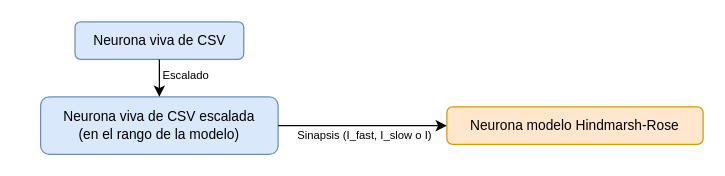
Above: memoria/Workspace/TFG_Marco_Gómez/codigos_figuras/drawio/esquema_neuronas_offline.drawio in MarcoGomezHernandez/TFG (draw.io), before the change. Source tidied: cells renumbered, new cells numbered last; positions are measured from the earlier drawing's top-left corner, leaving out a move shared by most shapes. Both pictures are drawn from the tidied source at 125%, with x=0, y=0 at pixel (40, 21).
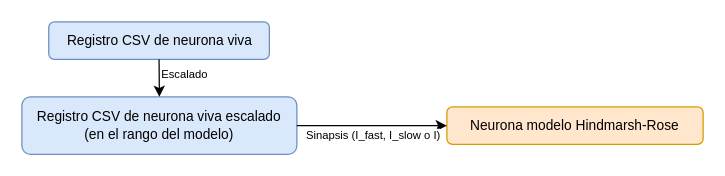
The same diagram, later.

What changed in the source:
```diff
@@
 <mxGraphModel>
   <root>
     <mxCell id="0" />
     <mxCell id="1" parent="0" />
-    <mxCell id="2" value="Neurona viva de CSV escalada&lt;div&gt;(en el rango de la modelo)&lt;/div&gt;" style="rounded=1;whiteSpace=wrap;html=1;fillColor=#dae8fc;strokeColor=#6c8ebf;fontFamily=Helvetica;fontSize=11;" parent="1" vertex="1">
-      <mxGeometry y="60" width="190" height="46" as="geometry" />
+    <mxCell id="2" value="&lt;span style=&quot;color: rgb(0, 0, 0);&quot;&gt;Registro CSV de neurona viva&lt;/span&gt;&amp;nbsp;escalado&lt;div&gt;(en el rango del modelo)&lt;/div&gt;" style="rounded=1;whiteSpace=wrap;html=1;fillColor=#dae8fc;strokeColor=#6c8ebf;fontFamily=Helvetica;fontSize=11;" parent="1" vertex="1">
+      <mxGeometry x="-15" y="60" width="220" height="46" as="geometry" />
     </mxCell>
     <mxCell id="3" value="Neurona modelo Hindmarsh-Rose" style="rounded=1;whiteSpace=wrap;html=1;fillColor=#ffe6cc;strokeColor=#d79b00;fontFamily=Helvetica;fontSize=11;" parent="1" vertex="1">
       <mxGeometry x="325" y="68" width="205" height="30" as="geometry" />
     </mxCell>
     <mxCell id="4" style="endArrow=classic;html=1;rounded=0;exitX=1;exitY=0.5;exitDx=0;exitDy=0;entryX=0;entryY=0.5;entryDx=0;entryDy=0;fontFamily=Helvetica;" parent="1" edge="1" source="2" target="3">
       <mxGeometry relative="1" as="geometry" />
     </mxCell>
     <mxCell id="5" value="Sinapsis (I_fast, I_slow o I)" style="edgeLabel;html=1;align=center;verticalAlign=middle;fontFamily=Helvetica;fontSize=9;" parent="4" vertex="1">
       <mxGeometry relative="1" as="geometry">
         <mxPoint y="7" as="offset" />
       </mxGeometry>
     </mxCell>
-    <mxCell id="6" value="Neurona viva de CSV" style="rounded=1;whiteSpace=wrap;html=1;fillColor=#dae8fc;strokeColor=#6c8ebf;fontFamily=Helvetica;fontSize=11;" parent="1" vertex="1">
-      <mxGeometry x="27.5" width="135" height="30" as="geometry" />
+    <mxCell id="6" value="Registro CSV de neurona viva" style="rounded=1;whiteSpace=wrap;html=1;fillColor=#dae8fc;strokeColor=#6c8ebf;fontFamily=Helvetica;fontSize=11;" parent="1" vertex="1">
+      <mxGeometry x="6.5" width="176.5" height="30" as="geometry" />
     </mxCell>
     <mxCell id="7" style="endArrow=classic;html=1;rounded=0;exitX=0.5;exitY=1;exitDx=0;exitDy=0;entryX=0.5;entryY=0;entryDx=0;entryDy=0;fontFamily=Helvetica;" parent="1" edge="1" source="6" target="2">
       <mxGeometry relative="1" as="geometry" />
     </mxCell>
     <mxCell id="8" value="Escalado" style="edgeLabel;html=1;align=center;verticalAlign=middle;fontFamily=Helvetica;fontSize=9;" parent="7" vertex="1">
       <mxGeometry relative="1" as="geometry">
         <mxPoint x="20" y="-3" as="offset" />
       </mxGeometry>
     </mxCell>
   </root>
 </mxGraphModel>
```
